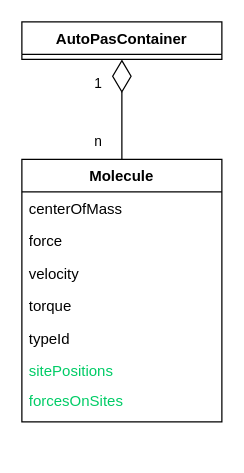
Earlier version of the draw.io diagram moleculeApproach.drawio (penguincarol/rattle). Source tidied: cells renumbered, new cells numbered last; positions are measured from the earlier drawing's top-left corner, leaving out a move shared by most shapes. Both pictures are drawn from the tidied source at 125%, with x=0, y=0 at pixel (21, 21).
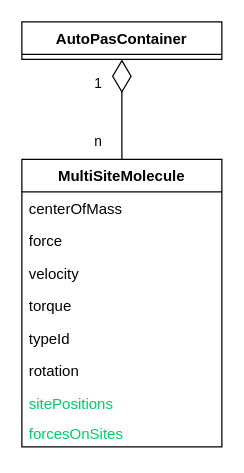
The same diagram, later.

The edit, as a diff of the source:
```diff
@@
 <mxGraphModel>
   <root>
     <mxCell id="0" />
     <mxCell id="1" parent="0" />
-    <mxCell id="2" value="Molecule" style="swimlane;fontStyle=1;align=center;verticalAlign=top;horizontal=1;startSize=26;rounded=0;shadow=0;strokeWidth=1;" parent="1" vertex="1">
-      <mxGeometry y="110" width="160" height="210" as="geometry" />
+    <mxCell id="2" value="MultiSiteMolecule" style="swimlane;fontStyle=1;align=center;verticalAlign=top;horizontal=1;startSize=26;rounded=0;shadow=0;strokeWidth=1;" parent="1" vertex="1">
+      <mxGeometry y="110" width="160" height="230" as="geometry" />
     </mxCell>
     <mxCell id="3" value="centerOfMass" style="text;align=left;verticalAlign=top;spacingLeft=4;spacingRight=4;overflow=hidden;" parent="2" vertex="1">
       <mxGeometry y="26" width="160" height="26" as="geometry" />
     </mxCell>
     <mxCell id="4" value="force" style="text;align=left;verticalAlign=top;spacingLeft=4;spacingRight=4;overflow=hidden;rounded=0;shadow=0;html=0;" parent="2" vertex="1">
       <mxGeometry y="52" width="160" height="26" as="geometry" />
     </mxCell>
     <mxCell id="5" value="velocity" style="text;align=left;verticalAlign=top;spacingLeft=4;spacingRight=4;overflow=hidden;rounded=0;shadow=0;html=0;" parent="2" vertex="1">
       <mxGeometry y="78" width="160" height="26" as="geometry" />
     </mxCell>
     <mxCell id="6" value="torque" style="text;align=left;verticalAlign=top;spacingLeft=4;spacingRight=4;overflow=hidden;rounded=0;shadow=0;html=0;" parent="2" vertex="1">
       <mxGeometry y="104" width="160" height="26" as="geometry" />
     </mxCell>
     <mxCell id="7" value="typeId" style="text;align=left;verticalAlign=top;spacingLeft=4;spacingRight=4;overflow=hidden;rounded=0;shadow=0;html=0;" parent="2" vertex="1">
       <mxGeometry y="130" width="160" height="26" as="geometry" />
     </mxCell>
+    <mxCell id="14" value="rotation" style="text;align=left;verticalAlign=top;spacingLeft=4;spacingRight=4;overflow=hidden;rounded=0;shadow=0;html=0;" parent="2" vertex="1">
+      <mxGeometry y="156" width="160" height="26" as="geometry" />
+    </mxCell>
     <mxCell id="8" value="sitePositions" style="text;align=left;verticalAlign=top;spacingLeft=4;spacingRight=4;overflow=hidden;rounded=0;shadow=0;html=0;fontColor=#00CC66;" parent="2" vertex="1">
-      <mxGeometry y="156" width="160" height="24" as="geometry" />
+      <mxGeometry y="182" width="160" height="24" as="geometry" />
     </mxCell>
     <mxCell id="9" value="forcesOnSites" style="text;align=left;verticalAlign=top;spacingLeft=4;spacingRight=4;overflow=hidden;rounded=0;shadow=0;html=0;fontColor=#00CC66;" parent="2" vertex="1">
-      <mxGeometry y="180" width="160" height="24" as="geometry" />
+      <mxGeometry y="206" width="160" height="24" as="geometry" />
     </mxCell>
     <mxCell id="10" value="AutoPasContainer" style="swimlane;fontStyle=1;align=center;verticalAlign=top;horizontal=1;startSize=26;rounded=0;shadow=0;strokeWidth=1;" parent="1" vertex="1">
       <mxGeometry width="160" height="30" as="geometry" />
     </mxCell>
     <mxCell id="11" style="endArrow=diamondThin;endFill=0;endSize=24;html=1;rounded=0;entryX=0.5;entryY=1;entryDx=0;entryDy=0;exitX=0.5;exitY=0;exitDx=0;exitDy=0;" parent="1" edge="1" source="2" target="10">
       <mxGeometry relative="1" as="geometry" />
     </mxCell>
     <mxCell id="12" value="1" style="edgeLabel;html=1;align=center;verticalAlign=middle;" parent="11" vertex="1">
       <mxGeometry x="0.54" y="-1" relative="1" as="geometry">
         <mxPoint x="-21" as="offset" />
       </mxGeometry>
     </mxCell>
     <mxCell id="13" value="n" style="edgeLabel;html=1;align=center;verticalAlign=middle;" parent="11" vertex="1">
       <mxGeometry x="-0.63" y="-2" relative="1" as="geometry">
         <mxPoint x="-22" as="offset" />
       </mxGeometry>
     </mxCell>
   </root>
 </mxGraphModel>
```
